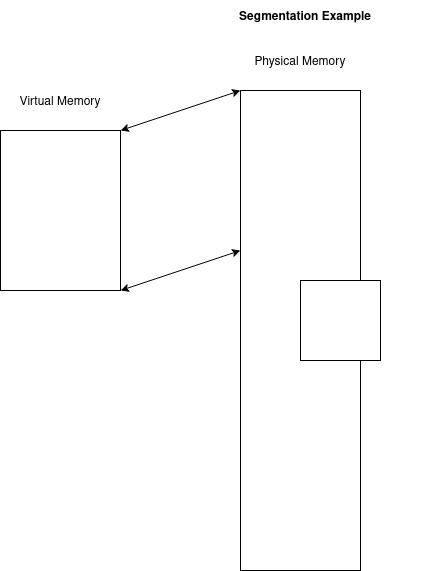
The draw.io diagram textbook/images/mm-segmentation-single.dio.png in demkebrown/openos, before a commit. Source tidied: cells renumbered, new cells last; positions are measured from the earlier drawing's top-left corner, leaving out a move shared by most shapes.
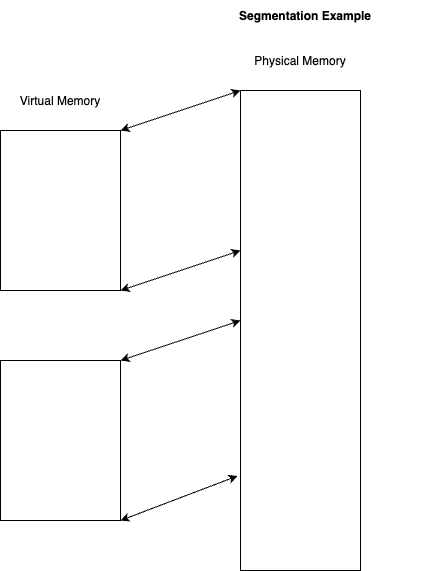
The same file after the commit.

What changed in the source:
```diff
@@ -31,9 +31,18 @@
     <mxCell id="10" value="Segmentation Example" style="text;strokeColor=none;fillColor=none;align=center;verticalAlign=middle;rounded=0;fontStyle=1;" parent="1" vertex="1">
       <mxGeometry x="170" width="270" height="30" as="geometry" />
     </mxCell>
-    <mxCell id="11" value="Untitled Layer" parent="0" />
+    <mxCell id="11" value="dual" parent="0" />
-    <mxCell id="12" parent="11" vertex="1">
-      <mxGeometry x="300" y="280" width="80" height="80" as="geometry" />
+    <mxCell id="12" style="rounded=0;" parent="11" vertex="1">
+      <mxGeometry y="360" width="120" height="160" as="geometry" />
     </mxCell>
+    <mxCell id="13" style="endArrow=classic;startArrow=classic;rounded=0;exitX=1;exitY=1;exitDx=0;exitDy=0;entryX=-0.025;entryY=0.803;entryDx=0;entryDy=0;entryPerimeter=0;" parent="11" edge="1" source="12" target="4">
+      <mxGeometry relative="1" as="geometry" />
+    </mxCell>
+    <mxCell id="14" style="endArrow=classic;startArrow=classic;rounded=0;exitX=1;exitY=0;exitDx=0;exitDy=0;entryX=0;entryY=0;entryDx=0;entryDy=0;" parent="11" edge="1">
+      <mxGeometry relative="1" as="geometry">
+        <mxPoint x="120" y="360" as="sourcePoint" />
+        <mxPoint x="240" y="320" as="targetPoint" />
+      </mxGeometry>
+    </mxCell>
   </root>
 </mxGraphModel>
```
